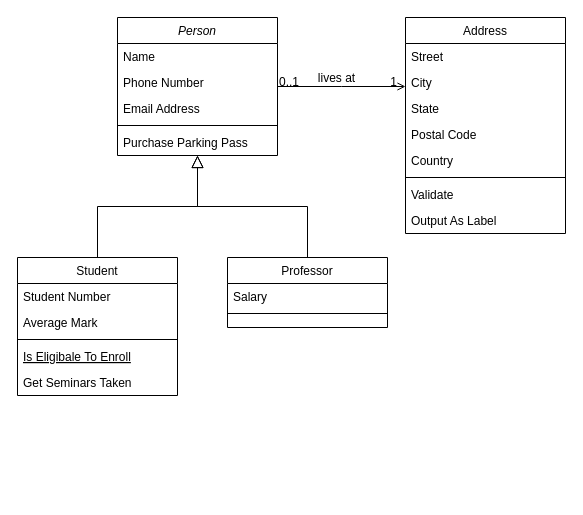
JamsherBhanbhro/Employment-Search-Portal-desktop-App-JavaFx-and-MySql keeps this draw.io diagram as Untitled Diagram.drawio. Above is the earlier version. Source tidied: cells renumbered, new cells numbered last; positions are measured from the earlier drawing's top-left corner, leaving out a move shared by most shapes. Both pictures are drawn from the tidied source at 100%, with x=0, y=0 at pixel (17, 17).
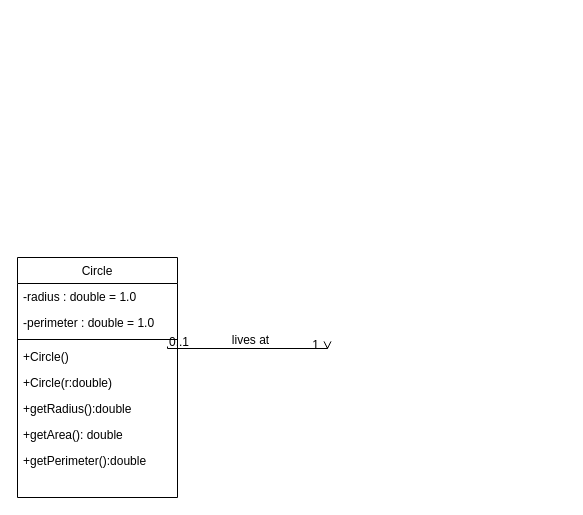
After the change.

What changed in the source:
```diff
@@
-    <mxCell id="2" value="Person" style="swimlane;fontStyle=2;align=center;verticalAlign=top;horizontal=1;startSize=26;rounded=0;shadow=0;strokeWidth=1;" parent="1" vertex="1">
-      <mxGeometry x="100" width="160" height="138" as="geometry" />
-    </mxCell>
-    <mxCell id="3" value="Name" style="text;align=left;verticalAlign=top;spacingLeft=4;spacingRight=4;overflow=hidden;" parent="2" vertex="1">
-      <mxGeometry y="26" width="160" height="26" as="geometry" />
-    </mxCell>
-    <mxCell id="4" value="Phone Number" style="text;align=left;verticalAlign=top;spacingLeft=4;spacingRight=4;overflow=hidden;rounded=0;shadow=0;html=0;" parent="2" vertex="1">
-      <mxGeometry y="52" width="160" height="26" as="geometry" />
-    </mxCell>
-    <mxCell id="5" value="Email Address" style="text;align=left;verticalAlign=top;spacingLeft=4;spacingRight=4;overflow=hidden;rounded=0;shadow=0;html=0;" parent="2" vertex="1">
-      <mxGeometry y="78" width="160" height="26" as="geometry" />
-    </mxCell>
-    <mxCell id="6" style="line;html=1;strokeWidth=1;align=left;verticalAlign=middle;spacingTop=-1;spacingLeft=3;spacingRight=3;labelPosition=right;" parent="2" vertex="1">
-      <mxGeometry y="104" width="160" height="8" as="geometry" />
-    </mxCell>
-    <mxCell id="7" value="Purchase Parking Pass" style="text;align=left;verticalAlign=top;spacingLeft=4;spacingRight=4;overflow=hidden;" parent="2" vertex="1">
-      <mxGeometry y="112" width="160" height="26" as="geometry" />
-    </mxCell>
+    <mxCell id="28" style="endArrow=open;shadow=0;strokeWidth=1;rounded=0;endFill=1;edgeStyle=elbowEdgeStyle;elbow=vertical;" parent="1" edge="1">
+      <mxGeometry x="0.5" y="41" relative="1" as="geometry">
+        <mxPoint x="150" y="329" as="sourcePoint" />
+        <mxPoint x="310" y="332" as="targetPoint" />
+        <mxPoint x="-40" y="32" as="offset" />
+      </mxGeometry>
+    </mxCell>
+    <mxCell id="29" value="0..1" style="align=left;verticalAlign=bottom;labelBackgroundColor=none;fontSize=12;" parent="28" vertex="1">
+      <mxGeometry x="-1" relative="1" as="geometry">
+        <mxPoint y="4" as="offset" />
+      </mxGeometry>
+    </mxCell>
+    <mxCell id="30" value="1" style="align=right;verticalAlign=bottom;labelBackgroundColor=none;fontSize=12;" parent="28" vertex="1">
+      <mxGeometry x="1" relative="1" as="geometry">
+        <mxPoint x="-7" y="4" as="offset" />
+      </mxGeometry>
+    </mxCell>
+    <mxCell id="31" value="lives at" style="text;html=1;align=center;verticalAlign=middle;labelBackgroundColor=none;rounded=0;shadow=0;strokeWidth=1;fontSize=12;" parent="28" vertex="1">
+      <mxGeometry x="0.5" y="49" relative="1" as="geometry">
+        <mxPoint x="-38" y="40" as="offset" />
+      </mxGeometry>
+    </mxCell>
-    <mxCell id="8" value="Student" style="swimlane;fontStyle=0;align=center;verticalAlign=top;horizontal=1;startSize=26;rounded=0;shadow=0;strokeWidth=1;" parent="1" vertex="1">
-      <mxGeometry y="240" width="160" height="138" as="geometry" />
+    <mxCell id="8" value="Circle" style="swimlane;fontStyle=0;align=center;verticalAlign=top;horizontal=1;startSize=26;rounded=0;shadow=0;strokeWidth=1;" parent="1" vertex="1">
+      <mxGeometry y="240" width="160" height="240" as="geometry" />
     </mxCell>
-    <mxCell id="9" value="Student Number" style="text;align=left;verticalAlign=top;spacingLeft=4;spacingRight=4;overflow=hidden;" parent="8" vertex="1">
+    <mxCell id="9" value="-radius : double = 1.0" style="text;align=left;verticalAlign=top;spacingLeft=4;spacingRight=4;overflow=hidden;" parent="8" vertex="1">
       <mxGeometry y="26" width="160" height="26" as="geometry" />
     </mxCell>
-    <mxCell id="10" value="Average Mark" style="text;align=left;verticalAlign=top;spacingLeft=4;spacingRight=4;overflow=hidden;rounded=0;shadow=0;html=0;" parent="8" vertex="1">
+    <mxCell id="10" value="-perimeter : double = 1.0" style="text;align=left;verticalAlign=top;spacingLeft=4;spacingRight=4;overflow=hidden;rounded=0;shadow=0;html=0;" parent="8" vertex="1">
       <mxGeometry y="52" width="160" height="26" as="geometry" />
     </mxCell>
@@
-    <mxCell id="12" value="Is Eligibale To Enroll" style="text;align=left;verticalAlign=top;spacingLeft=4;spacingRight=4;overflow=hidden;fontStyle=4;" parent="8" vertex="1">
-      <mxGeometry y="86" width="160" height="26" as="geometry" />
-    </mxCell>
-    <mxCell id="13" value="Get Seminars Taken" style="text;align=left;verticalAlign=top;spacingLeft=4;spacingRight=4;overflow=hidden;" parent="8" vertex="1">
-      <mxGeometry y="112" width="160" height="26" as="geometry" />
+    <mxCell id="13" value="+Circle()" style="text;align=left;verticalAlign=top;spacingLeft=4;spacingRight=4;overflow=hidden;" parent="8" vertex="1">
+      <mxGeometry y="86" width="160" height="26" as="geometry" />
     </mxCell>
-    <mxCell id="14" style="endArrow=block;endSize=10;endFill=0;shadow=0;strokeWidth=1;rounded=0;edgeStyle=elbowEdgeStyle;elbow=vertical;" parent="1" edge="1" source="8" target="2">
-      <mxGeometry relative="1" as="geometry" />
-    </mxCell>
-    <mxCell id="15" value="Professor" style="swimlane;fontStyle=0;align=center;verticalAlign=top;horizontal=1;startSize=26;rounded=0;shadow=0;strokeWidth=1;" parent="1" vertex="1">
-      <mxGeometry x="210" y="240" width="160" height="70" as="geometry" />
-    </mxCell>
-    <mxCell id="16" value="Salary" style="text;align=left;verticalAlign=top;spacingLeft=4;spacingRight=4;overflow=hidden;" parent="15" vertex="1">
-      <mxGeometry y="26" width="160" height="26" as="geometry" />
-    </mxCell>
-    <mxCell id="17" style="line;html=1;strokeWidth=1;align=left;verticalAlign=middle;spacingTop=-1;spacingLeft=3;spacingRight=3;labelPosition=right;" parent="15" vertex="1">
-      <mxGeometry y="52" width="160" height="8" as="geometry" />
-    </mxCell>
-    <mxCell id="18" style="endArrow=block;endSize=10;endFill=0;shadow=0;strokeWidth=1;rounded=0;edgeStyle=elbowEdgeStyle;elbow=vertical;" parent="1" edge="1" source="15" target="2">
-      <mxGeometry relative="1" as="geometry" />
-    </mxCell>
-    <mxCell id="19" value="Address" style="swimlane;fontStyle=0;align=center;verticalAlign=top;horizontal=1;startSize=26;rounded=0;shadow=0;strokeWidth=1;" parent="1" vertex="1">
-      <mxGeometry x="388" width="160" height="216" as="geometry" />
-    </mxCell>
-    <mxCell id="20" value="Street" style="text;align=left;verticalAlign=top;spacingLeft=4;spacingRight=4;overflow=hidden;" parent="19" vertex="1">
-      <mxGeometry y="26" width="160" height="26" as="geometry" />
-    </mxCell>
-    <mxCell id="21" value="City" style="text;align=left;verticalAlign=top;spacingLeft=4;spacingRight=4;overflow=hidden;rounded=0;shadow=0;html=0;" parent="19" vertex="1">
-      <mxGeometry y="52" width="160" height="26" as="geometry" />
-    </mxCell>
-    <mxCell id="22" value="State" style="text;align=left;verticalAlign=top;spacingLeft=4;spacingRight=4;overflow=hidden;rounded=0;shadow=0;html=0;" parent="19" vertex="1">
-      <mxGeometry y="78" width="160" height="26" as="geometry" />
-    </mxCell>
-    <mxCell id="23" value="Postal Code" style="text;align=left;verticalAlign=top;spacingLeft=4;spacingRight=4;overflow=hidden;rounded=0;shadow=0;html=0;" parent="19" vertex="1">
-      <mxGeometry y="104" width="160" height="26" as="geometry" />
-    </mxCell>
-    <mxCell id="24" value="Country" style="text;align=left;verticalAlign=top;spacingLeft=4;spacingRight=4;overflow=hidden;rounded=0;shadow=0;html=0;" parent="19" vertex="1">
-      <mxGeometry y="130" width="160" height="26" as="geometry" />
-    </mxCell>
-    <mxCell id="25" style="line;html=1;strokeWidth=1;align=left;verticalAlign=middle;spacingTop=-1;spacingLeft=3;spacingRight=3;labelPosition=right;" parent="19" vertex="1">
-      <mxGeometry y="156" width="160" height="8" as="geometry" />
-    </mxCell>
-    <mxCell id="26" value="Validate" style="text;align=left;verticalAlign=top;spacingLeft=4;spacingRight=4;overflow=hidden;" parent="19" vertex="1">
-      <mxGeometry y="164" width="160" height="26" as="geometry" />
-    </mxCell>
-    <mxCell id="27" value="Output As Label" style="text;align=left;verticalAlign=top;spacingLeft=4;spacingRight=4;overflow=hidden;" parent="19" vertex="1">
-      <mxGeometry y="190" width="160" height="26" as="geometry" />
-    </mxCell>
-    <mxCell id="28" style="endArrow=open;shadow=0;strokeWidth=1;rounded=0;endFill=1;edgeStyle=elbowEdgeStyle;elbow=vertical;" parent="1" edge="1" source="2" target="19">
-      <mxGeometry x="0.5" y="41" relative="1" as="geometry">
-        <mxPoint x="-40" y="32" as="offset" />
-      </mxGeometry>
-    </mxCell>
-    <mxCell id="29" value="0..1" style="align=left;verticalAlign=bottom;labelBackgroundColor=none;fontSize=12;" parent="28" vertex="1">
-      <mxGeometry x="-1" relative="1" as="geometry">
-        <mxPoint y="4" as="offset" />
-      </mxGeometry>
-    </mxCell>
-    <mxCell id="30" value="1" style="align=right;verticalAlign=bottom;labelBackgroundColor=none;fontSize=12;" parent="28" vertex="1">
-      <mxGeometry x="1" relative="1" as="geometry">
-        <mxPoint x="-7" y="4" as="offset" />
-      </mxGeometry>
-    </mxCell>
-    <mxCell id="31" value="lives at" style="text;html=1;align=center;verticalAlign=middle;labelBackgroundColor=none;rounded=0;shadow=0;strokeWidth=1;fontSize=12;" parent="28" vertex="1">
-      <mxGeometry x="0.5" y="49" relative="1" as="geometry">
-        <mxPoint x="-38" y="40" as="offset" />
-      </mxGeometry>
-    </mxCell>
+    <mxCell id="32" value="+Circle(r:double)" style="text;align=left;verticalAlign=top;spacingLeft=4;spacingRight=4;overflow=hidden;" parent="8" vertex="1">
+      <mxGeometry y="112" width="160" height="26" as="geometry" />
+    </mxCell>
+    <mxCell id="33" value="+getRadius():double" style="text;align=left;verticalAlign=top;spacingLeft=4;spacingRight=4;overflow=hidden;" parent="8" vertex="1">
+      <mxGeometry y="138" width="160" height="26" as="geometry" />
+    </mxCell>
+    <mxCell id="34" value="+getArea(): double" style="text;align=left;verticalAlign=top;spacingLeft=4;spacingRight=4;overflow=hidden;" parent="8" vertex="1">
+      <mxGeometry y="164" width="160" height="26" as="geometry" />
+    </mxCell>
+    <mxCell id="35" value="+getPerimeter():double" style="text;align=left;verticalAlign=top;spacingLeft=4;spacingRight=4;overflow=hidden;" parent="8" vertex="1">
+      <mxGeometry y="190" width="160" height="26" as="geometry" />
+    </mxCell>
```
